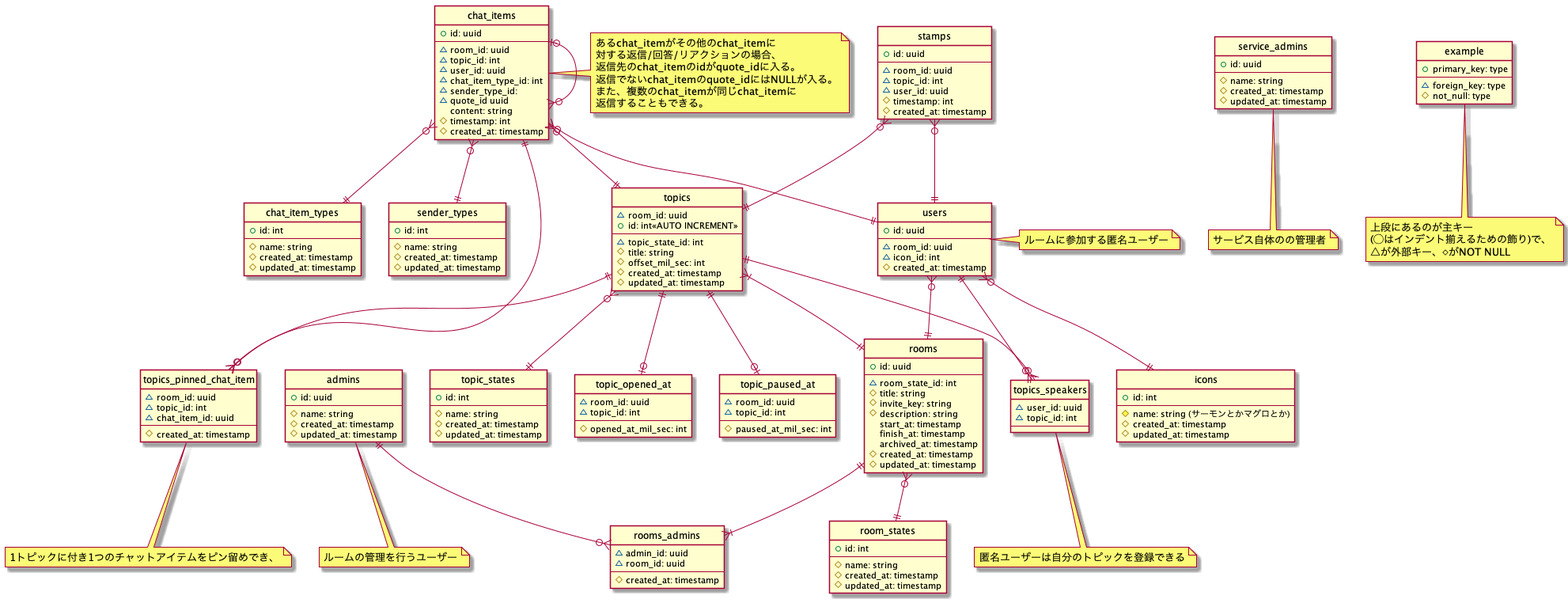
osushi-academy/sushi-chat keeps this PlantUML diagram as doc/ER/ER_logic.png. Above is the earlier version.
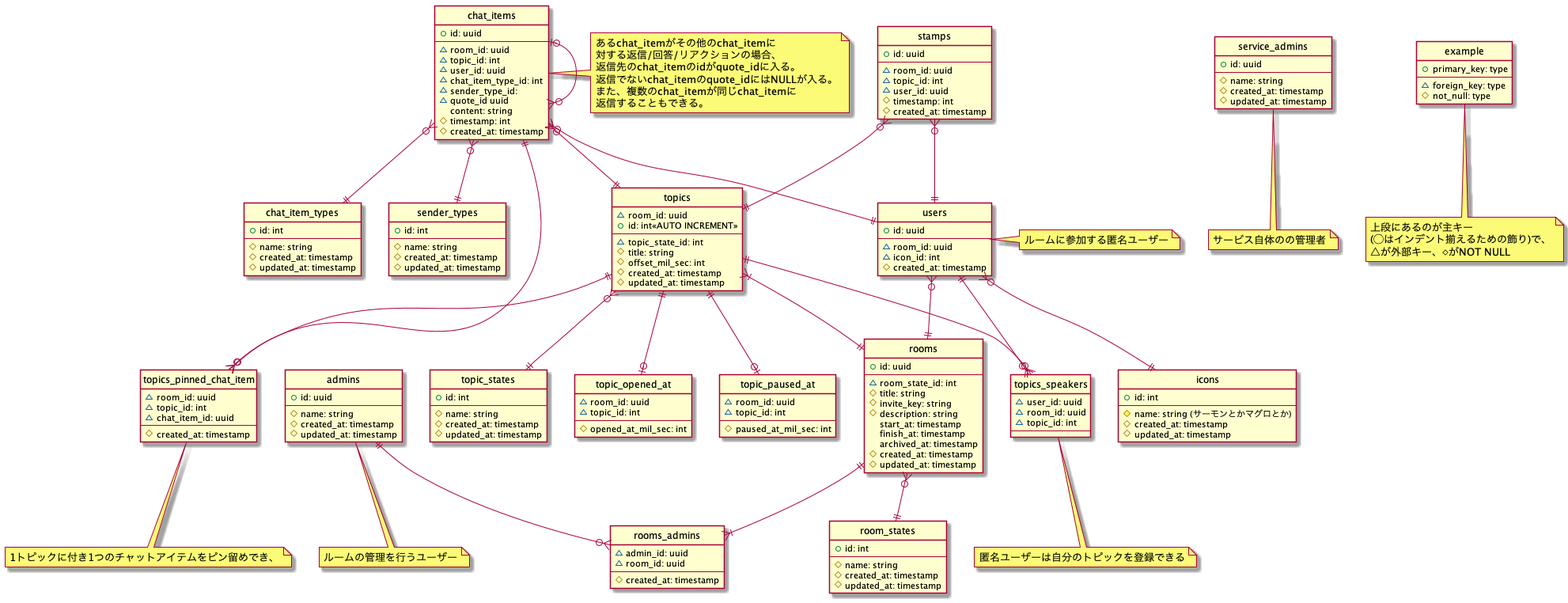
The same diagram one commit later.

The edit, as a diff of the source:
```diff
@@ -14,6 +14,7 @@
 
 entity topics_speakers{
     ~user_id: uuid
+    ~room_id: uuid
     ~topic_id: int
     --
 }
```
